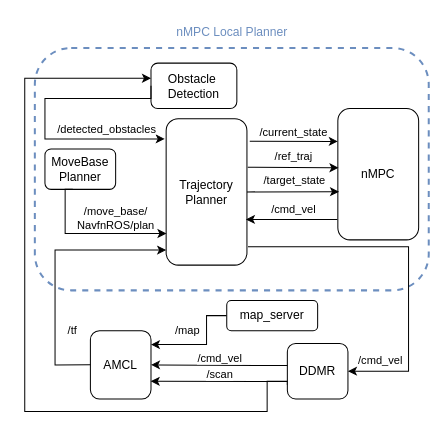
Before: src/amr_control/docs/Untitled Diagram.drawio in KevinEppacher/walle_ws, a draw.io diagram. Source tidied: cells renumbered, new cells numbered last; positions are measured from the earlier drawing's top-left corner, leaving out a move shared by most shapes. Both pictures are drawn from the tidied source at 101%, with x=0, y=0 at pixel (24, 17).
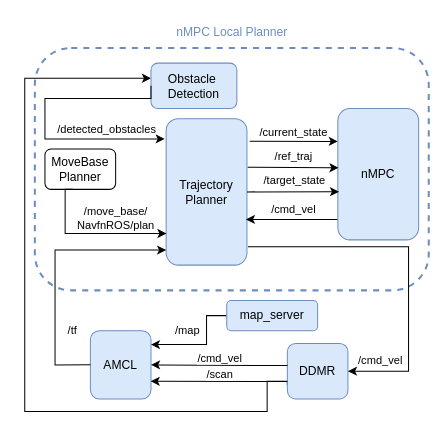
After the change.

Commit message (it also covers changes not shown here):
nMPC_Block_Diagram

What changed in the source:
```diff
@@
-    <mxCell id="4" value="DDMR" style="rounded=1;whiteSpace=wrap;html=1;" parent="1" vertex="1">
+    <mxCell id="4" value="DDMR" style="rounded=1;whiteSpace=wrap;html=1;fillColor=#dae8fc;strokeColor=#6c8ebf;" parent="1" vertex="1">
       <mxGeometry x="260" y="322.5" width="60" height="55" as="geometry" />
     </mxCell>
-    <mxCell id="5" value="Obstacle&amp;nbsp;&lt;div&gt;Detection&lt;/div&gt;" style="rounded=1;whiteSpace=wrap;html=1;" parent="1" vertex="1">
+    <mxCell id="5" value="Obstacle&amp;nbsp;&lt;div&gt;Detection&lt;/div&gt;" style="rounded=1;whiteSpace=wrap;html=1;fillColor=#dae8fc;strokeColor=#6c8ebf;" parent="1" vertex="1">
       <mxGeometry x="125" y="45" width="85" height="45" as="geometry" />
     </mxCell>
@@
-    <mxCell id="7" value="Trajectory Planner" style="rounded=1;whiteSpace=wrap;html=1;" parent="1" vertex="1">
+    <mxCell id="7" value="Trajectory Planner" style="rounded=1;whiteSpace=wrap;html=1;fillColor=#dae8fc;strokeColor=#6c8ebf;" parent="1" vertex="1">
       <mxGeometry x="140" y="100" width="80" height="145" as="geometry" />
     </mxCell>
-    <mxCell id="8" value="AMCL" style="rounded=1;whiteSpace=wrap;html=1;" parent="1" vertex="1">
+    <mxCell id="8" value="AMCL" style="rounded=1;whiteSpace=wrap;html=1;fillColor=#dae8fc;strokeColor=#6c8ebf;" parent="1" vertex="1">
       <mxGeometry x="65" y="310" width="60" height="67.5" as="geometry" />
     </mxCell>
@@
-    <mxCell id="11" value="nMPC" style="rounded=1;whiteSpace=wrap;html=1;" parent="1" vertex="1">
+    <mxCell id="11" value="nMPC" style="rounded=1;whiteSpace=wrap;html=1;fillColor=#dae8fc;strokeColor=#6c8ebf;" parent="1" vertex="1">
       <mxGeometry x="310" y="90" width="80" height="130" as="geometry" />
     </mxCell>
@@
-    <mxCell id="33" value="map_server" style="rounded=1;whiteSpace=wrap;html=1;" parent="1" vertex="1">
+    <mxCell id="33" value="map_server" style="rounded=1;whiteSpace=wrap;html=1;fillColor=#dae8fc;strokeColor=#6c8ebf;" parent="1" vertex="1">
       <mxGeometry x="200" y="280" width="90" height="30" as="geometry" />
     </mxCell>
```
